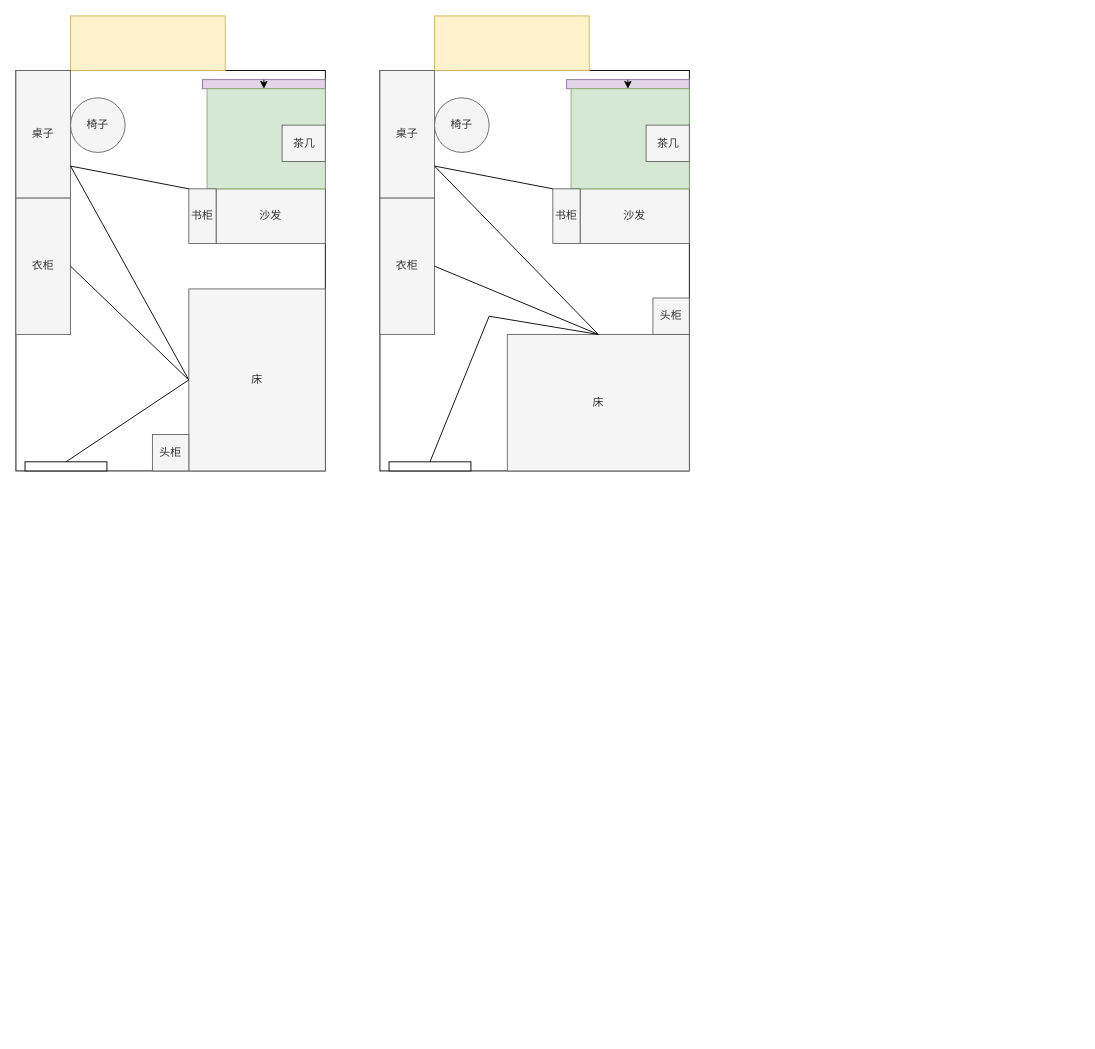
The draw.io diagram Untitled Diagram.drawio in Rightglow/easy_timer, before the edit. Source tidied: cells renumbered, new cells numbered last; positions are measured from the earlier drawing's top-left corner, leaving out a move shared by most shapes. Both pictures are drawn from the tidied source at 91%, with x=0, y=0 at pixel (15, 15).
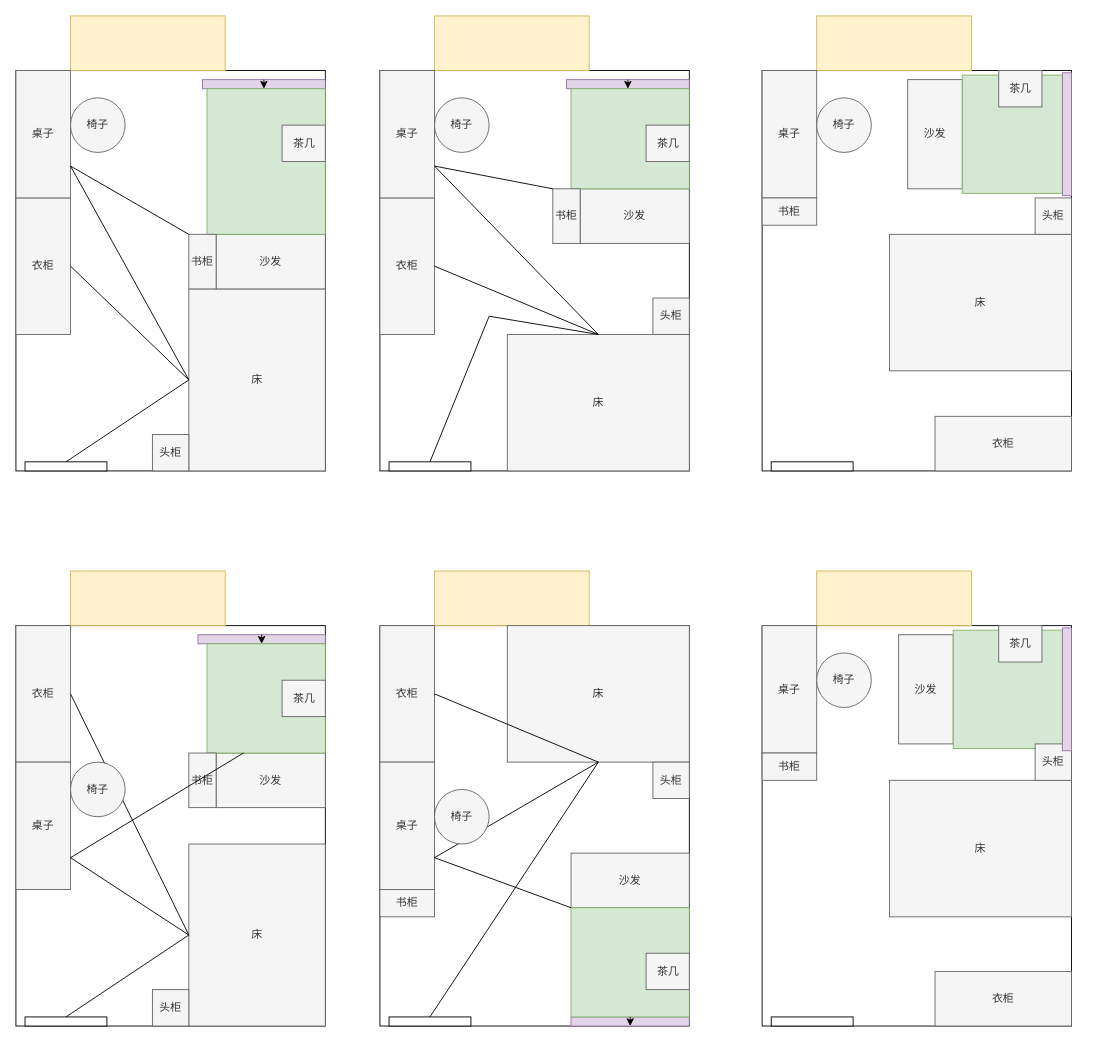
After the change.

Change to the diagram source:
```diff
@@
     <mxCell id="10" value="沙发" style="rounded=0;whiteSpace=wrap;html=1;fillColor=#f5f5f5;fontColor=#333333;strokeColor=#666666;direction=south;" parent="1" vertex="1">
-      <mxGeometry x="220" y="190" width="120" height="60" as="geometry" />
+      <mxGeometry x="220" y="240" width="120" height="60" as="geometry" />
     </mxCell>
     <mxCell id="11" style="rounded=0;whiteSpace=wrap;html=1;fillColor=#d5e8d4;strokeColor=#82b366;" parent="1" vertex="1">
-      <mxGeometry x="210" y="80" width="130" height="110" as="geometry" />
+      <mxGeometry x="210" y="80" width="130" height="160" as="geometry" />
     </mxCell>
@@
     <mxCell id="18" value="书柜" style="rounded=0;whiteSpace=wrap;html=1;fillColor=#f5f5f5;fontColor=#333333;strokeColor=#666666;direction=south;" parent="1" vertex="1">
-      <mxGeometry x="190" y="190" width="30" height="60" as="geometry" />
+      <mxGeometry x="190" y="240" width="30" height="60" as="geometry" />
     </mxCell>
@@
+    <mxCell id="38" style="rounded=0;whiteSpace=wrap;html=1;" parent="1" vertex="1">
+      <mxGeometry y="670" width="340" height="440" as="geometry" />
+    </mxCell>
+    <mxCell id="39" style="rounded=0;whiteSpace=wrap;html=1;fillColor=#fff2cc;strokeColor=#d6b656;" parent="1" vertex="1">
+      <mxGeometry x="60" y="610" width="170" height="60" as="geometry" />
+    </mxCell>
+    <mxCell id="40" value="衣柜" style="rounded=0;whiteSpace=wrap;html=1;fillColor=#f5f5f5;fontColor=#333333;strokeColor=#666666;direction=west;" parent="1" vertex="1">
+      <mxGeometry y="670" width="60" height="150" as="geometry" />
+    </mxCell>
+    <mxCell id="41" value="床" style="rounded=0;whiteSpace=wrap;html=1;fillColor=#f5f5f5;fontColor=#333333;strokeColor=#666666;direction=north;" parent="1" vertex="1">
+      <mxGeometry x="190" y="910" width="150" height="200" as="geometry" />
+    </mxCell>
+    <mxCell id="42" style="rounded=0;whiteSpace=wrap;html=1;" parent="1" vertex="1">
+      <mxGeometry x="10" y="1100" width="90" height="10" as="geometry" />
+    </mxCell>
+    <mxCell id="43" value="桌子" style="rounded=0;whiteSpace=wrap;html=1;fillColor=#f5f5f5;fontColor=#333333;strokeColor=#666666;direction=south;" parent="1" vertex="1">
+      <mxGeometry y="820" width="60" height="140" as="geometry" />
+    </mxCell>
+    <mxCell id="44" value="头柜" style="rounded=0;whiteSpace=wrap;html=1;fillColor=#f5f5f5;fontColor=#333333;strokeColor=#666666;" parent="1" vertex="1">
+      <mxGeometry x="150" y="1070" width="40" height="40" as="geometry" />
+    </mxCell>
+    <mxCell id="45" style="rounded=0;whiteSpace=wrap;html=1;fillColor=#e1d5e7;strokeColor=#9673a6;direction=north;" parent="1" vertex="1">
+      <mxGeometry x="200" y="680" width="140" height="10" as="geometry" />
+    </mxCell>
+    <mxCell id="46" value="沙发" style="rounded=0;whiteSpace=wrap;html=1;fillColor=#f5f5f5;fontColor=#333333;strokeColor=#666666;direction=south;" parent="1" vertex="1">
+      <mxGeometry x="220" y="810" width="120" height="60" as="geometry" />
+    </mxCell>
+    <mxCell id="47" style="rounded=0;whiteSpace=wrap;html=1;fillColor=#d5e8d4;strokeColor=#82b366;" parent="1" vertex="1">
+      <mxGeometry x="210" y="690" width="130" height="120" as="geometry" />
+    </mxCell>
+    <mxCell id="48" style="edgeStyle=orthogonalEdgeStyle;rounded=0;orthogonalLoop=1;jettySize=auto;html=1;exitX=1;exitY=0.5;exitDx=0;exitDy=0;entryX=0;entryY=0.5;entryDx=0;entryDy=0;" parent="1" edge="1" source="45" target="45">
+      <mxGeometry relative="1" as="geometry" />
+    </mxCell>
+    <mxCell id="49" style="endArrow=none;html=1;rounded=0;entryX=0.5;entryY=0;entryDx=0;entryDy=0;exitX=0.5;exitY=0;exitDx=0;exitDy=0;" parent="1" edge="1" source="42" target="41">
+      <mxGeometry relative="1" as="geometry" />
+    </mxCell>
+    <mxCell id="50" style="endArrow=none;html=1;rounded=0;exitX=0;exitY=0.5;exitDx=0;exitDy=0;entryX=0.5;entryY=0;entryDx=0;entryDy=0;" parent="1" edge="1" source="40" target="41">
+      <mxGeometry relative="1" as="geometry" />
+    </mxCell>
+    <mxCell id="51" style="endArrow=none;html=1;rounded=0;exitX=0.75;exitY=0;exitDx=0;exitDy=0;entryX=0.5;entryY=0;entryDx=0;entryDy=0;" parent="1" edge="1" source="43" target="41">
+      <mxGeometry relative="1" as="geometry" />
+    </mxCell>
+    <mxCell id="52" value="茶几" style="rounded=0;whiteSpace=wrap;html=1;fillColor=#f5f5f5;fontColor=#333333;strokeColor=#666666;" parent="1" vertex="1">
+      <mxGeometry x="292.5" y="730" width="47.5" height="40" as="geometry" />
+    </mxCell>
+    <mxCell id="53" value="椅子" style="ellipse;whiteSpace=wrap;html=1;fillColor=#f5f5f5;fontColor=#333333;strokeColor=#666666;" parent="1" vertex="1">
+      <mxGeometry x="60" y="820" width="60" height="60" as="geometry" />
+    </mxCell>
+    <mxCell id="54" value="书柜" style="rounded=0;whiteSpace=wrap;html=1;fillColor=#f5f5f5;fontColor=#333333;strokeColor=#666666;direction=south;" parent="1" vertex="1">
+      <mxGeometry x="190" y="810" width="30" height="60" as="geometry" />
+    </mxCell>
+    <mxCell id="55" style="endArrow=none;html=1;rounded=0;exitX=0.75;exitY=0;exitDx=0;exitDy=0;entryX=0;entryY=0.75;entryDx=0;entryDy=0;" parent="1" edge="1" source="43" target="46">
+      <mxGeometry relative="1" as="geometry" />
+    </mxCell>
+    <mxCell id="56" style="rounded=0;whiteSpace=wrap;html=1;" parent="1" vertex="1">
+      <mxGeometry x="400" y="670" width="340" height="440" as="geometry" />
+    </mxCell>
+    <mxCell id="57" style="rounded=0;whiteSpace=wrap;html=1;fillColor=#fff2cc;strokeColor=#d6b656;" parent="1" vertex="1">
+      <mxGeometry x="460" y="610" width="170" height="60" as="geometry" />
+    </mxCell>
+    <mxCell id="58" value="衣柜" style="rounded=0;whiteSpace=wrap;html=1;fillColor=#f5f5f5;fontColor=#333333;strokeColor=#666666;direction=west;" parent="1" vertex="1">
+      <mxGeometry x="400" y="670" width="60" height="150" as="geometry" />
+    </mxCell>
+    <mxCell id="59" value="床" style="rounded=0;whiteSpace=wrap;html=1;fillColor=#f5f5f5;fontColor=#333333;strokeColor=#666666;direction=east;" parent="1" vertex="1">
+      <mxGeometry x="540" y="670" width="200" height="150" as="geometry" />
+    </mxCell>
+    <mxCell id="60" style="rounded=0;whiteSpace=wrap;html=1;" parent="1" vertex="1">
+      <mxGeometry x="410" y="1100" width="90" height="10" as="geometry" />
+    </mxCell>
+    <mxCell id="61" value="桌子" style="rounded=0;whiteSpace=wrap;html=1;fillColor=#f5f5f5;fontColor=#333333;strokeColor=#666666;direction=south;" parent="1" vertex="1">
+      <mxGeometry x="400" y="820" width="60" height="140" as="geometry" />
+    </mxCell>
+    <mxCell id="62" value="头柜" style="rounded=0;whiteSpace=wrap;html=1;fillColor=#f5f5f5;fontColor=#333333;strokeColor=#666666;" parent="1" vertex="1">
+      <mxGeometry x="700" y="820" width="40" height="40" as="geometry" />
+    </mxCell>
+    <mxCell id="63" style="rounded=0;whiteSpace=wrap;html=1;fillColor=#e1d5e7;strokeColor=#9673a6;direction=north;" parent="1" vertex="1">
+      <mxGeometry x="610" y="1100" width="130" height="10" as="geometry" />
+    </mxCell>
+    <mxCell id="64" value="沙发" style="rounded=0;whiteSpace=wrap;html=1;fillColor=#f5f5f5;fontColor=#333333;strokeColor=#666666;direction=south;" parent="1" vertex="1">
+      <mxGeometry x="610" y="920" width="130" height="60" as="geometry" />
+    </mxCell>
+    <mxCell id="65" style="rounded=0;whiteSpace=wrap;html=1;fillColor=#d5e8d4;strokeColor=#82b366;" parent="1" vertex="1">
+      <mxGeometry x="610" y="980" width="130" height="120" as="geometry" />
+    </mxCell>
+    <mxCell id="66" style="edgeStyle=orthogonalEdgeStyle;rounded=0;orthogonalLoop=1;jettySize=auto;html=1;exitX=1;exitY=0.5;exitDx=0;exitDy=0;entryX=0;entryY=0.5;entryDx=0;entryDy=0;" parent="1" edge="1" source="63" target="63">
+      <mxGeometry relative="1" as="geometry" />
+    </mxCell>
+    <mxCell id="67" style="endArrow=none;html=1;rounded=0;exitX=0.5;exitY=0;exitDx=0;exitDy=0;" parent="1" edge="1" source="60">
+      <mxGeometry relative="1" as="geometry">
+        <mxPoint x="640" y="820" as="targetPoint" />
+      </mxGeometry>
+    </mxCell>
+    <mxCell id="68" style="endArrow=none;html=1;rounded=0;exitX=0;exitY=0.5;exitDx=0;exitDy=0;entryX=0.5;entryY=1;entryDx=0;entryDy=0;" parent="1" edge="1" source="58" target="59">
+      <mxGeometry relative="1" as="geometry" />
+    </mxCell>
+    <mxCell id="69" style="endArrow=none;html=1;rounded=0;exitX=0.75;exitY=0;exitDx=0;exitDy=0;" parent="1" edge="1" source="61">
+      <mxGeometry relative="1" as="geometry">
+        <mxPoint x="640" y="820" as="targetPoint" />
+      </mxGeometry>
+    </mxCell>
+    <mxCell id="70" value="茶几" style="rounded=0;whiteSpace=wrap;html=1;fillColor=#f5f5f5;fontColor=#333333;strokeColor=#666666;" parent="1" vertex="1">
+      <mxGeometry x="692.5" y="1030" width="47.5" height="40" as="geometry" />
+    </mxCell>
+    <mxCell id="71" value="椅子" style="ellipse;whiteSpace=wrap;html=1;fillColor=#f5f5f5;fontColor=#333333;strokeColor=#666666;" parent="1" vertex="1">
+      <mxGeometry x="460" y="850" width="60" height="60" as="geometry" />
+    </mxCell>
+    <mxCell id="72" value="书柜" style="rounded=0;whiteSpace=wrap;html=1;fillColor=#f5f5f5;fontColor=#333333;strokeColor=#666666;direction=west;" parent="1" vertex="1">
+      <mxGeometry x="400" y="960" width="60" height="30" as="geometry" />
+    </mxCell>
+    <mxCell id="73" style="endArrow=none;html=1;rounded=0;exitX=0.75;exitY=0;exitDx=0;exitDy=0;entryX=1;entryY=1;entryDx=0;entryDy=0;" parent="1" edge="1" source="61" target="64">
+      <mxGeometry relative="1" as="geometry" />
+    </mxCell>
+    <mxCell id="74" style="rounded=0;whiteSpace=wrap;html=1;" parent="1" vertex="1">
+      <mxGeometry x="820" y="670" width="340" height="440" as="geometry" />
+    </mxCell>
+    <mxCell id="75" style="rounded=0;whiteSpace=wrap;html=1;fillColor=#fff2cc;strokeColor=#d6b656;" parent="1" vertex="1">
+      <mxGeometry x="880" y="610" width="170" height="60" as="geometry" />
+    </mxCell>
+    <mxCell id="76" value="衣柜" style="rounded=0;whiteSpace=wrap;html=1;fillColor=#f5f5f5;fontColor=#333333;strokeColor=#666666;direction=north;" parent="1" vertex="1">
+      <mxGeometry x="1010" y="1050" width="150" height="60" as="geometry" />
+    </mxCell>
+    <mxCell id="77" value="床" style="rounded=0;whiteSpace=wrap;html=1;fillColor=#f5f5f5;fontColor=#333333;strokeColor=#666666;direction=east;" parent="1" vertex="1">
+      <mxGeometry x="960" y="840" width="200" height="150" as="geometry" />
+    </mxCell>
+    <mxCell id="78" style="rounded=0;whiteSpace=wrap;html=1;" parent="1" vertex="1">
+      <mxGeometry x="830" y="1100" width="90" height="10" as="geometry" />
+    </mxCell>
+    <mxCell id="79" value="桌子" style="rounded=0;whiteSpace=wrap;html=1;fillColor=#f5f5f5;fontColor=#333333;strokeColor=#666666;direction=south;" parent="1" vertex="1">
+      <mxGeometry x="820" y="670" width="60" height="140" as="geometry" />
+    </mxCell>
+    <mxCell id="80" value="沙发" style="rounded=0;whiteSpace=wrap;html=1;fillColor=#f5f5f5;fontColor=#333333;strokeColor=#666666;direction=west;" parent="1" vertex="1">
+      <mxGeometry x="970" y="680" width="60" height="120" as="geometry" />
+    </mxCell>
+    <mxCell id="81" style="rounded=0;whiteSpace=wrap;html=1;fillColor=#d5e8d4;strokeColor=#82b366;direction=south;" parent="1" vertex="1">
+      <mxGeometry x="1030" y="675" width="120" height="130" as="geometry" />
+    </mxCell>
+    <mxCell id="82" style="edgeStyle=orthogonalEdgeStyle;rounded=0;orthogonalLoop=1;jettySize=auto;html=1;exitX=1;exitY=0.5;exitDx=0;exitDy=0;entryX=0;entryY=0.5;entryDx=0;entryDy=0;" parent="1" edge="1" source="87" target="87">
+      <mxGeometry relative="1" as="geometry" />
+    </mxCell>
+    <mxCell id="83" value="茶几" style="rounded=0;whiteSpace=wrap;html=1;fillColor=#f5f5f5;fontColor=#333333;strokeColor=#666666;" parent="1" vertex="1">
+      <mxGeometry x="1080" y="670" width="47.5" height="40" as="geometry" />
+    </mxCell>
+    <mxCell id="84" value="椅子" style="ellipse;whiteSpace=wrap;html=1;fillColor=#f5f5f5;fontColor=#333333;strokeColor=#666666;" parent="1" vertex="1">
+      <mxGeometry x="880" y="700" width="60" height="60" as="geometry" />
+    </mxCell>
+    <mxCell id="85" value="书柜" style="rounded=0;whiteSpace=wrap;html=1;fillColor=#f5f5f5;fontColor=#333333;strokeColor=#666666;direction=west;" parent="1" vertex="1">
+      <mxGeometry x="820" y="810" width="60" height="30" as="geometry" />
+    </mxCell>
+    <mxCell id="86" value="头柜" style="rounded=0;whiteSpace=wrap;html=1;fillColor=#f5f5f5;fontColor=#333333;strokeColor=#666666;" parent="1" vertex="1">
+      <mxGeometry x="1120" y="800" width="40" height="40" as="geometry" />
+    </mxCell>
+    <mxCell id="87" style="rounded=0;whiteSpace=wrap;html=1;fillColor=#e1d5e7;strokeColor=#9673a6;direction=east;" parent="1" vertex="1">
+      <mxGeometry x="1150" y="672.5" width="10" height="135" as="geometry" />
+    </mxCell>
+    <mxCell id="88" style="rounded=0;whiteSpace=wrap;html=1;" parent="1" vertex="1">
+      <mxGeometry x="820" y="60" width="340" height="440" as="geometry" />
+    </mxCell>
+    <mxCell id="89" style="rounded=0;whiteSpace=wrap;html=1;fillColor=#fff2cc;strokeColor=#d6b656;" parent="1" vertex="1">
+      <mxGeometry x="880" width="170" height="60" as="geometry" />
+    </mxCell>
+    <mxCell id="90" value="衣柜" style="rounded=0;whiteSpace=wrap;html=1;fillColor=#f5f5f5;fontColor=#333333;strokeColor=#666666;direction=north;" parent="1" vertex="1">
+      <mxGeometry x="1010" y="440" width="150" height="60" as="geometry" />
+    </mxCell>
+    <mxCell id="91" value="床" style="rounded=0;whiteSpace=wrap;html=1;fillColor=#f5f5f5;fontColor=#333333;strokeColor=#666666;direction=east;" parent="1" vertex="1">
+      <mxGeometry x="960" y="240" width="200" height="150" as="geometry" />
+    </mxCell>
+    <mxCell id="92" style="rounded=0;whiteSpace=wrap;html=1;" parent="1" vertex="1">
+      <mxGeometry x="830" y="490" width="90" height="10" as="geometry" />
+    </mxCell>
+    <mxCell id="93" value="桌子" style="rounded=0;whiteSpace=wrap;html=1;fillColor=#f5f5f5;fontColor=#333333;strokeColor=#666666;direction=south;" parent="1" vertex="1">
+      <mxGeometry x="820" y="60" width="60" height="140" as="geometry" />
+    </mxCell>
+    <mxCell id="94" value="沙发" style="rounded=0;whiteSpace=wrap;html=1;fillColor=#f5f5f5;fontColor=#333333;strokeColor=#666666;direction=west;" parent="1" vertex="1">
+      <mxGeometry x="980" y="70" width="60" height="120" as="geometry" />
+    </mxCell>
+    <mxCell id="95" style="rounded=0;whiteSpace=wrap;html=1;fillColor=#d5e8d4;strokeColor=#82b366;direction=south;" parent="1" vertex="1">
+      <mxGeometry x="1040" y="65" width="110" height="130" as="geometry" />
+    </mxCell>
+    <mxCell id="96" style="edgeStyle=orthogonalEdgeStyle;rounded=0;orthogonalLoop=1;jettySize=auto;html=1;exitX=1;exitY=0.5;exitDx=0;exitDy=0;entryX=0;entryY=0.5;entryDx=0;entryDy=0;" parent="1" edge="1" source="101" target="101">
+      <mxGeometry relative="1" as="geometry" />
+    </mxCell>
+    <mxCell id="97" value="茶几" style="rounded=0;whiteSpace=wrap;html=1;fillColor=#f5f5f5;fontColor=#333333;strokeColor=#666666;" parent="1" vertex="1">
+      <mxGeometry x="1080" y="60" width="47.5" height="40" as="geometry" />
+    </mxCell>
+    <mxCell id="98" value="椅子" style="ellipse;whiteSpace=wrap;html=1;fillColor=#f5f5f5;fontColor=#333333;strokeColor=#666666;" parent="1" vertex="1">
+      <mxGeometry x="880" y="90" width="60" height="60" as="geometry" />
+    </mxCell>
+    <mxCell id="99" value="书柜" style="rounded=0;whiteSpace=wrap;html=1;fillColor=#f5f5f5;fontColor=#333333;strokeColor=#666666;direction=west;" parent="1" vertex="1">
+      <mxGeometry x="820" y="200" width="60" height="30" as="geometry" />
+    </mxCell>
+    <mxCell id="100" value="头柜" style="rounded=0;whiteSpace=wrap;html=1;fillColor=#f5f5f5;fontColor=#333333;strokeColor=#666666;" parent="1" vertex="1">
+      <mxGeometry x="1120" y="200" width="40" height="40" as="geometry" />
+    </mxCell>
+    <mxCell id="101" style="rounded=0;whiteSpace=wrap;html=1;fillColor=#e1d5e7;strokeColor=#9673a6;direction=east;" parent="1" vertex="1">
+      <mxGeometry x="1150" y="62.5" width="10" height="135" as="geometry" />
+    </mxCell>
```
